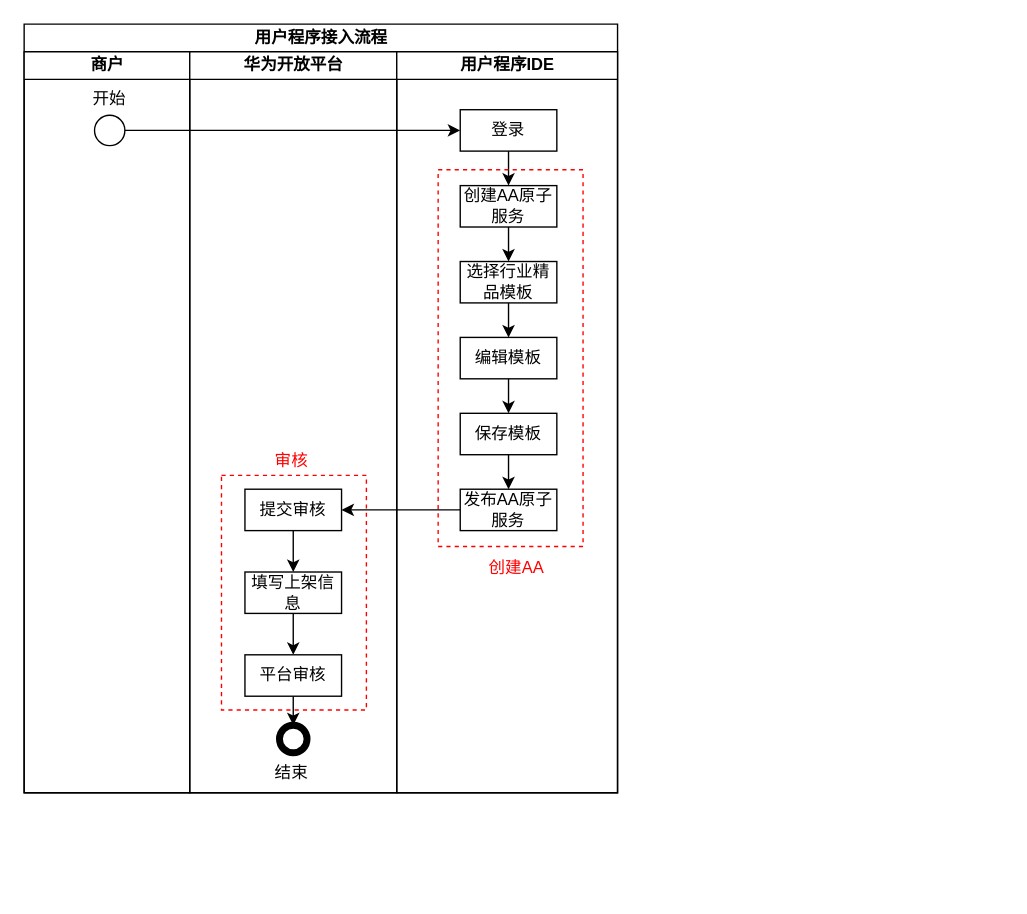
The draw.io diagram draw/创建AA程序.drawio in befairyliu/draw.io, before the edit. Source tidied: cells renumbered, new cells numbered last; positions are measured from the earlier drawing's top-left corner, leaving out a move shared by most shapes. Both pictures are drawn from the tidied source at 138%, with x=0, y=0 at pixel (23, 23).
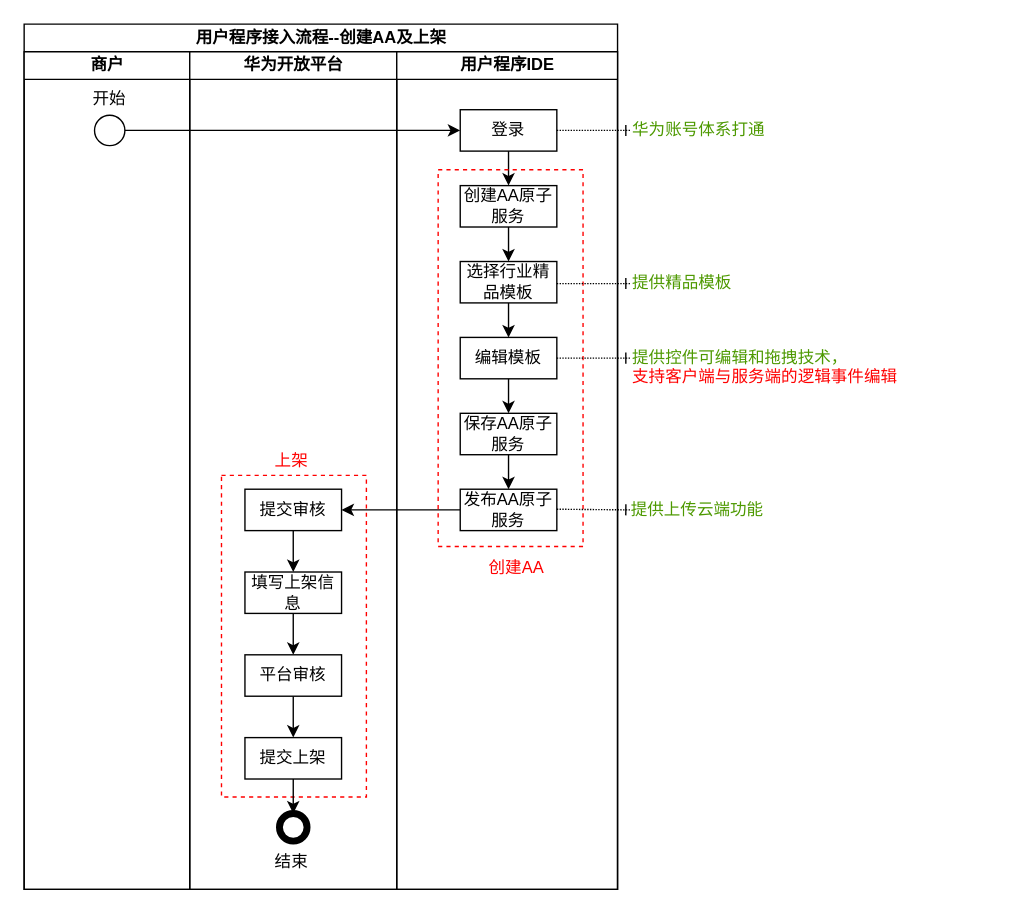
The same page after the edit.

The change refers to these unchanged cells:
```xml
<mxCell id="6" value="提交审核" style="rounded=0;whiteSpace=wrap;html=1;" parent="4" vertex="1">
  <mxGeometry x="40" y="317" width="70" height="30" as="geometry" />
</mxCell>
<mxCell id="10" value="平台审核" style="rounded=0;whiteSpace=wrap;html=1;" parent="4" vertex="1">
  <mxGeometry x="40" y="437" width="70" height="30" as="geometry" />
</mxCell>
<mxCell id="16" value="登录" style="rounded=0;whiteSpace=wrap;html=1;" parent="14" vertex="1">
  <mxGeometry x="46" y="42" width="70" height="30" as="geometry" />
</mxCell>
<mxCell id="25" value="发布AA原子服务" style="rounded=0;whiteSpace=wrap;html=1;" parent="14" vertex="1">
  <mxGeometry x="46" y="317" width="70" height="30" as="geometry" />
</mxCell>
```

Change to the diagram source:
```diff
@@
-    <mxCell id="2" value="用户程序接入流程" style="swimlane;html=1;startSize=20;strokeColor=#000000;fillColor=none;" parent="1" vertex="1">
-      <mxGeometry width="430" height="557" as="geometry" />
+    <mxCell id="2" value="用户程序接入流程--创建AA及上架" style="swimlane;html=1;startSize=20;strokeColor=#000000;fillColor=none;" parent="1" vertex="1">
+      <mxGeometry width="430" height="627" as="geometry" />
     </mxCell>
     <mxCell id="3" value="商户" style="swimlane;html=1;startSize=20;" parent="2" vertex="1">
-      <mxGeometry y="20" width="120" height="537" as="geometry" />
+      <mxGeometry y="20" width="120" height="607" as="geometry" />
     </mxCell>
     <mxCell id="4" value="华为开放平台" style="swimlane;html=1;startSize=20;" parent="2" vertex="1">
-      <mxGeometry x="120" y="20" width="150" height="537" as="geometry" />
+      <mxGeometry x="120" y="20" width="150" height="607" as="geometry" />
     </mxCell>
@@
-    <mxCell id="9" style="edgeStyle=orthogonalEdgeStyle;rounded=0;jettySize=auto;html=1;entryX=0.5;entryY=0;entryDx=0;entryDy=0;" parent="4" edge="1" source="10" target="11">
-      <mxGeometry relative="1" as="geometry" />
-    </mxCell>
+    <mxCell id="33" style="edgeStyle=orthogonalEdgeStyle;rounded=0;jettySize=auto;html=1;endArrow=classic;endFill=1;" parent="4" edge="1" source="10" target="35">
+      <mxGeometry relative="1" as="geometry" />
+    </mxCell>
@@
     <mxCell id="11" style="shape=ellipse;html=1;dashed=0;whitespace=wrap;strokeWidth=5;perimeter=ellipsePerimeter;" parent="4" vertex="1">
-      <mxGeometry x="65" y="488" width="20" height="20" as="geometry" />
+      <mxGeometry x="65" y="552" width="20" height="20" as="geometry" />
     </mxCell>
     <mxCell id="12" value="结束" style="text;html=1;align=left;verticalAlign=top;spacingTop=-4;" parent="4" vertex="1">
-      <mxGeometry x="60" y="513" width="50" height="10" as="geometry" />
+      <mxGeometry x="60" y="577" width="50" height="10" as="geometry" />
     </mxCell>
     <mxCell id="13" style="rounded=0;whiteSpace=wrap;html=1;fillColor=none;dashed=1;strokeColor=#FF0000;" parent="4" vertex="1">
-      <mxGeometry x="23" y="307" width="105" height="170" as="geometry" />
+      <mxGeometry x="23" y="307" width="105" height="233" as="geometry" />
     </mxCell>
+    <mxCell id="34" style="edgeStyle=orthogonalEdgeStyle;rounded=0;jettySize=auto;html=1;endArrow=classic;endFill=1;" parent="4" edge="1" source="35" target="11">
+      <mxGeometry relative="1" as="geometry" />
+    </mxCell>
+    <mxCell id="35" value="提交上架" style="rounded=0;whiteSpace=wrap;html=1;" parent="4" vertex="1">
+      <mxGeometry x="40" y="497" width="70" height="30" as="geometry" />
+    </mxCell>
+    <mxCell id="28" style="edgeStyle=orthogonalEdgeStyle;rounded=0;jettySize=auto;html=1;entryX=1;entryY=0.5;entryDx=0;entryDy=0;" parent="2" edge="1" source="25" target="6">
+      <mxGeometry relative="1" as="geometry" />
+    </mxCell>
     <mxCell id="14" value="用户程序IDE" style="swimlane;html=1;startSize=20;" parent="2" vertex="1">
-      <mxGeometry x="270" y="20" width="160" height="537" as="geometry" />
+      <mxGeometry x="270" y="20" width="160" height="607" as="geometry" />
     </mxCell>
@@
-    <mxCell id="24" value="保存模板" style="rounded=0;whiteSpace=wrap;html=1;" parent="14" vertex="1">
+    <mxCell id="24" value="保存AA原子服务" style="rounded=0;whiteSpace=wrap;html=1;" parent="14" vertex="1">
       <mxGeometry x="46" y="262" width="70" height="30" as="geometry" />
     </mxCell>
@@
+    <mxCell id="27" value="&lt;font color=&quot;#ff0000&quot;&gt;创建AA&lt;/font&gt;" style="text;html=1;align=left;verticalAlign=top;spacingTop=-4;" parent="14" vertex="1">
+      <mxGeometry x="65" y="363.5" width="70" height="10" as="geometry" />
+    </mxCell>
@@
-    <mxCell id="27" value="&lt;font color=&quot;#ff0000&quot;&gt;创建AA&lt;/font&gt;" style="text;html=1;align=left;verticalAlign=top;spacingTop=-4;" parent="14" vertex="1">
-      <mxGeometry x="65" y="363.5" width="70" height="10" as="geometry" />
-    </mxCell>
-    <mxCell id="28" style="edgeStyle=orthogonalEdgeStyle;rounded=0;jettySize=auto;html=1;entryX=1;entryY=0.5;entryDx=0;entryDy=0;" parent="2" edge="1" source="25" target="6">
-      <mxGeometry relative="1" as="geometry" />
-    </mxCell>
@@
-    <mxCell id="32" value="&lt;font color=&quot;#ff0000&quot;&gt;审核&lt;/font&gt;" style="text;html=1;align=left;verticalAlign=top;spacingTop=-4;" parent="1" vertex="1">
+    <mxCell id="32" value="&lt;font color=&quot;#ff0000&quot;&gt;上架&lt;/font&gt;" style="text;html=1;align=left;verticalAlign=top;spacingTop=-4;" parent="1" vertex="1">
       <mxGeometry x="180" y="307" width="50" height="10" as="geometry" />
     </mxCell>
+    <mxCell id="36" style="endArrow=ERone;html=1;exitX=1;exitY=0.5;exitDx=0;exitDy=0;dashed=1;dashPattern=1 1;endFill=0;" parent="1" edge="1" source="16">
+      <mxGeometry relative="1" as="geometry">
+        <mxPoint x="440" y="77" as="targetPoint" />
+      </mxGeometry>
+    </mxCell>
+    <mxCell id="37" value="&lt;font color=&quot;#4d9900&quot;&gt;华为账号体系打通&lt;/font&gt;" style="text;html=1;align=left;verticalAlign=top;spacingTop=-4;" parent="1" vertex="1">
+      <mxGeometry x="439" y="67" width="140" height="10" as="geometry" />
+    </mxCell>
+    <mxCell id="38" style="endArrow=ERone;html=1;exitX=1;exitY=0.5;exitDx=0;exitDy=0;dashed=1;dashPattern=1 1;endFill=0;" parent="1" edge="1">
+      <mxGeometry relative="1" as="geometry">
+        <mxPoint x="386" y="188" as="sourcePoint" />
+        <mxPoint x="440" y="188" as="targetPoint" />
+      </mxGeometry>
+    </mxCell>
+    <mxCell id="39" value="&lt;font color=&quot;#4d9900&quot;&gt;提供精品模板&lt;/font&gt;" style="text;html=1;align=left;verticalAlign=top;spacingTop=-4;" parent="1" vertex="1">
+      <mxGeometry x="439" y="178" width="110" height="10" as="geometry" />
+    </mxCell>
+    <mxCell id="40" style="endArrow=ERone;html=1;exitX=1;exitY=0.5;exitDx=0;exitDy=0;dashed=1;dashPattern=1 1;endFill=0;" parent="1" edge="1">
+      <mxGeometry relative="1" as="geometry">
+        <mxPoint x="386" y="242" as="sourcePoint" />
+        <mxPoint x="440" y="242" as="targetPoint" />
+      </mxGeometry>
+    </mxCell>
+    <mxCell id="41" value="&lt;font color=&quot;#4d9900&quot;&gt;提供控件可编辑和拖拽技术，&lt;/font&gt;&lt;br&gt;&lt;font color=&quot;#ff0000&quot;&gt;支持客户端与服务端的逻辑事件编辑&lt;/font&gt;&lt;br&gt;" style="text;html=1;align=left;verticalAlign=top;spacingTop=-4;" parent="1" vertex="1">
+      <mxGeometry x="439" y="232" width="270" height="30" as="geometry" />
+    </mxCell>
+    <mxCell id="42" style="endArrow=ERone;html=1;exitX=1;exitY=0.5;exitDx=0;exitDy=0;dashed=1;dashPattern=1 1;endFill=0;" parent="1" edge="1">
+      <mxGeometry relative="1" as="geometry">
+        <mxPoint x="386" y="351.5" as="sourcePoint" />
+        <mxPoint x="440" y="352" as="targetPoint" />
+      </mxGeometry>
+    </mxCell>
+    <mxCell id="43" value="&lt;font color=&quot;#4d9900&quot;&gt;提供上传云端功能&lt;/font&gt;" style="text;html=1;align=left;verticalAlign=top;spacingTop=-4;" parent="1" vertex="1">
+      <mxGeometry x="438" y="341.5" width="140" height="10" as="geometry" />
+    </mxCell>
```
